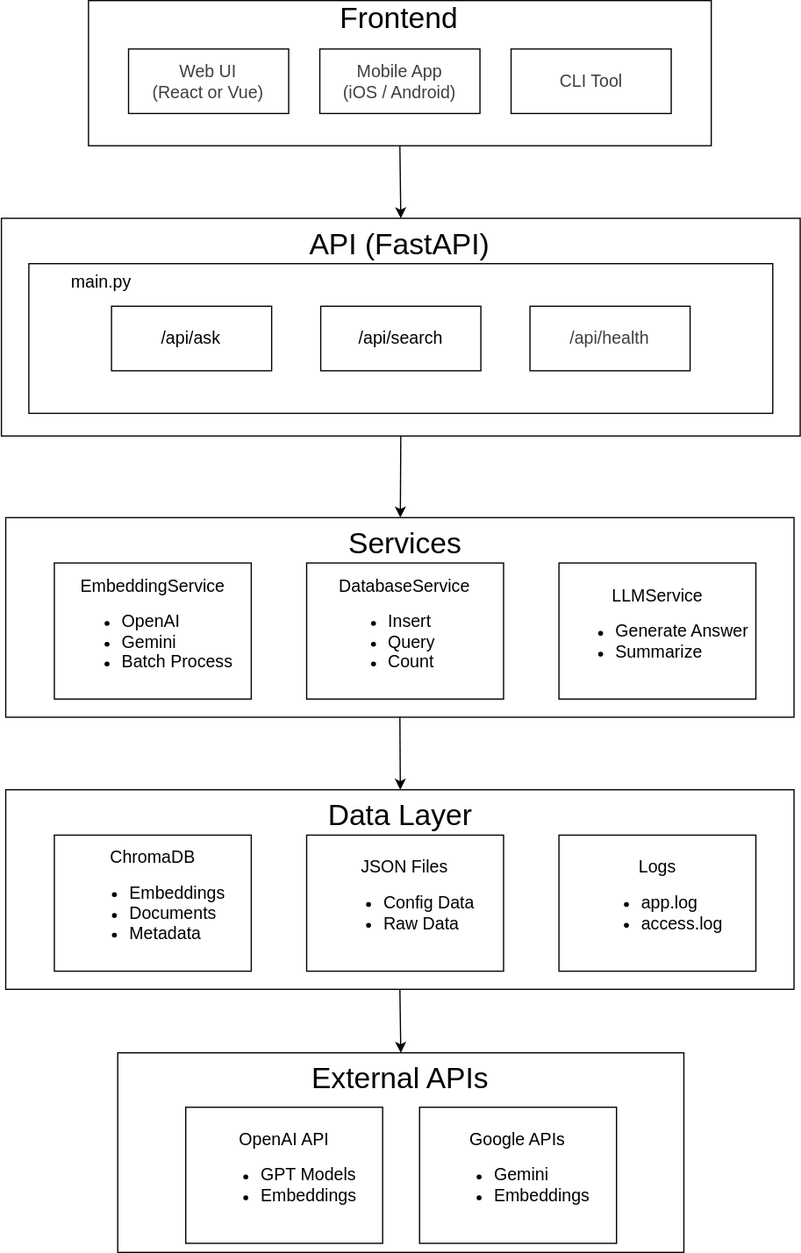
graduateprojectmis/grad-project keeps this draw.io diagram as docs/image/System Architecture.svg. Above is the earlier version. Source tidied: cells renumbered, new cells last; positions are measured from the earlier drawing's top-left corner, leaving out a move shared by most shapes.
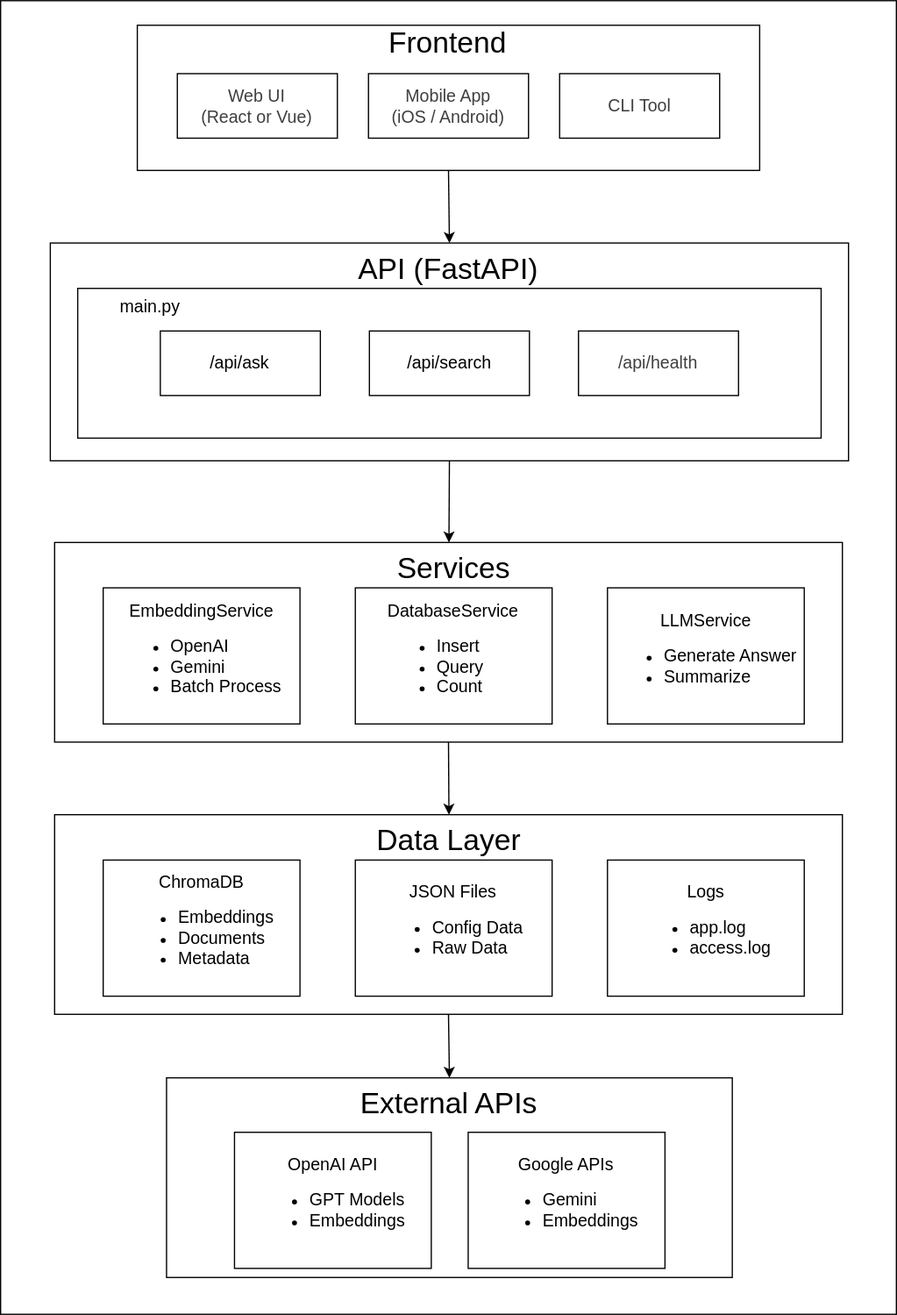
After the commit.

Commit message:
Modify System flow chart

Diff of the diagram source:
```diff
@@ -2,6 +2,9 @@
   <root>
     <mxCell id="0" />
     <mxCell id="1" parent="0" />
+    <mxCell id="39" style="rounded=0;whiteSpace=wrap;html=1;" parent="1" vertex="1">
+      <mxGeometry x="-41" y="-20" width="730" height="1070" as="geometry" />
+    </mxCell>
     <mxCell id="2" style="group;" parent="1" vertex="1">
       <mxGeometry x="-0.5" width="650.5" height="1020" as="geometry" />
     </mxCell>
```
